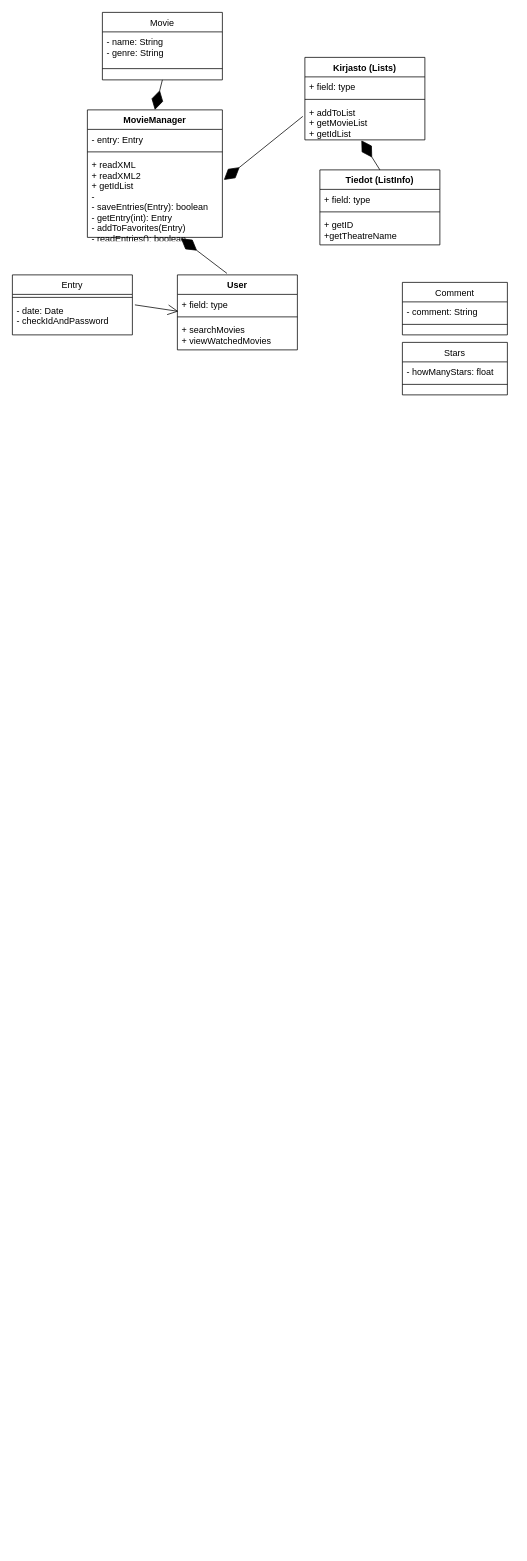
The draw.io diagram Untitled Diagram.drawio in DeveloperLauri/UML-charts-draw.io, before the edit. Source tidied: cells renumbered, new cells numbered last; positions are measured from the earlier drawing's top-left corner, leaving out a move shared by most shapes. Both pictures are drawn from the tidied source at 75%, with x=0, y=0 at pixel (12, 12).
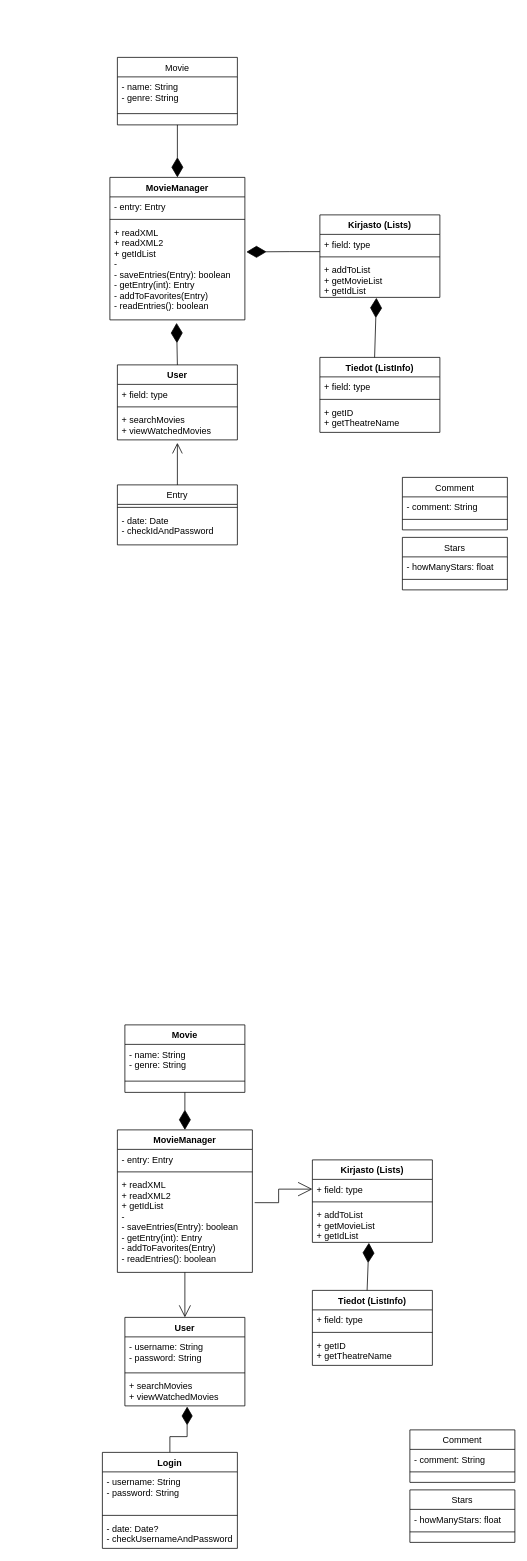
The same page after the edit.

Unchanged cells that the change refers to:
```xml
<mxCell id="4" value="- date: Date&#10;- checkIdAndPassword" style="text;align=left;verticalAlign=top;spacingLeft=4;spacingRight=4;overflow=hidden;points=[[0,0.5],[1,0.5]];portConstraint=eastwest;" parent="2" vertex="1">
  <mxGeometry y="34" width="160" height="46" as="geometry" />
</mxCell>
<mxCell id="19" value="+ field: type" style="text;strokeColor=none;fillColor=none;align=left;verticalAlign=top;spacingLeft=4;spacingRight=4;overflow=hidden;points=[[0,0.5],[1,0.5]];portConstraint=eastwest;" parent="18" vertex="1">
  <mxGeometry y="26" width="160" height="26" as="geometry" />
</mxCell>
<mxCell id="21" value="+ searchMovies&#10;+ viewWatchedMovies" style="text;strokeColor=none;fillColor=none;align=left;verticalAlign=top;spacingLeft=4;spacingRight=4;overflow=hidden;points=[[0,0.5],[1,0.5]];portConstraint=eastwest;" parent="18" vertex="1">
  <mxGeometry y="60" width="160" height="40" as="geometry" />
</mxCell>
<mxCell id="25" value="+ addToList&#10;+ getMovieList&#10;+ getIdList" style="text;strokeColor=none;fillColor=none;align=left;verticalAlign=top;spacingLeft=4;spacingRight=4;overflow=hidden;points=[[0,0.5],[1,0.5]];portConstraint=eastwest;" parent="22" vertex="1">
  <mxGeometry y="60" width="160" height="50" as="geometry" />
</mxCell>
```

Diff of the diagram source:
```diff
@@
     <mxCell id="2" value="Entry" style="swimlane;fontStyle=0;align=center;verticalAlign=top;horizontal=1;startSize=26;rounded=0;shadow=0;strokeWidth=1;" parent="1" vertex="1">
-      <mxGeometry y="350" width="160" height="80" as="geometry" />
+      <mxGeometry x="140" y="630" width="160" height="80" as="geometry" />
     </mxCell>
@@
     <mxCell id="5" value="Stars" style="swimlane;fontStyle=0;align=center;verticalAlign=top;horizontal=1;startSize=26;rounded=0;shadow=0;strokeWidth=1;" parent="1" vertex="1">
-      <mxGeometry x="520" y="440" width="140" height="70" as="geometry" />
+      <mxGeometry x="520" y="700" width="140" height="70" as="geometry" />
     </mxCell>
@@
     <mxCell id="8" value="Comment" style="swimlane;fontStyle=0;align=center;verticalAlign=top;horizontal=1;startSize=26;rounded=0;shadow=0;strokeWidth=1;" parent="1" vertex="1">
-      <mxGeometry x="520" y="360" width="140" height="70" as="geometry" />
+      <mxGeometry x="520" y="620" width="140" height="70" as="geometry" />
     </mxCell>
@@
     <mxCell id="11" value="Movie" style="swimlane;fontStyle=0;align=center;verticalAlign=top;horizontal=1;startSize=26;rounded=0;shadow=0;strokeWidth=1;" parent="1" vertex="1">
-      <mxGeometry x="120" width="160" height="90" as="geometry" />
+      <mxGeometry x="140" y="60" width="160" height="90" as="geometry" />
     </mxCell>
@@
     <mxCell id="14" value="MovieManager" style="swimlane;fontStyle=1;align=center;verticalAlign=top;horizontal=1;startSize=26;" parent="1" vertex="1">
-      <mxGeometry x="100" y="130" width="180" height="170" as="geometry" />
+      <mxGeometry x="130" y="220" width="180" height="190" as="geometry" />
     </mxCell>
@@
     <mxCell id="17" value="+ readXML&#10;+ readXML2&#10;+ getIdList&#10;-&#10;- saveEntries(Entry): boolean&#10;- getEntry(int): Entry&#10;- addToFavorites(Entry)&#10;- readEntries(): boolean" style="text;strokeColor=none;fillColor=none;align=left;verticalAlign=top;spacingLeft=4;spacingRight=4;overflow=hidden;points=[[0,0.5],[1,0.5]];portConstraint=eastwest;" parent="14" vertex="1">
-      <mxGeometry y="60" width="180" height="110" as="geometry" />
+      <mxGeometry y="60" width="180" height="130" as="geometry" />
     </mxCell>
     <mxCell id="18" value="User" style="swimlane;fontStyle=1;align=center;verticalAlign=top;horizontal=1;startSize=26;" parent="1" vertex="1">
-      <mxGeometry x="220" y="350" width="160" height="100" as="geometry" />
+      <mxGeometry x="140" y="470" width="160" height="100" as="geometry" />
     </mxCell>
@@
     <mxCell id="22" value="Kirjasto (Lists)" style="swimlane;fontStyle=1;align=center;verticalAlign=top;horizontal=1;startSize=26;" parent="1" vertex="1">
-      <mxGeometry x="390" y="60" width="160" height="110" as="geometry" />
+      <mxGeometry x="410" y="270" width="160" height="110" as="geometry" />
     </mxCell>
@@
     <mxCell id="26" value="Tiedot (ListInfo)" style="swimlane;fontStyle=1;align=center;verticalAlign=top;horizontal=1;startSize=26;" parent="1" vertex="1">
-      <mxGeometry x="410" y="210" width="160" height="100" as="geometry" />
+      <mxGeometry x="410" y="460" width="160" height="100" as="geometry" />
     </mxCell>
@@
-    <mxCell id="29" value="+ getID&#10;+getTheatreName" style="text;strokeColor=none;fillColor=none;align=left;verticalAlign=top;spacingLeft=4;spacingRight=4;overflow=hidden;" parent="26" vertex="1">
+    <mxCell id="29" value="+ getID&#10;+ getTheatreName" style="text;strokeColor=none;fillColor=none;align=left;verticalAlign=top;spacingLeft=4;spacingRight=4;overflow=hidden;" parent="26" vertex="1">
       <mxGeometry y="60" width="160" height="40" as="geometry" />
     </mxCell>
-    <mxCell id="30" style="endArrow=diamondThin;endFill=1;endSize=24;html=1;rounded=0;entryX=0.471;entryY=1.013;entryDx=0;entryDy=0;entryPerimeter=0;exitX=0.5;exitY=0;exitDx=0;exitDy=0;" parent="1" edge="1" source="26" target="25">
+    <mxCell id="30" style="endArrow=diamondThin;endFill=1;endSize=24;html=1;rounded=0;entryX=0.471;entryY=1.013;entryDx=0;entryDy=0;entryPerimeter=0;exitX=0.456;exitY=0;exitDx=0;exitDy=0;exitPerimeter=0;" parent="1" edge="1" source="26" target="25">
       <mxGeometry relative="1" as="geometry" />
     </mxCell>
-    <mxCell id="31" style="endArrow=diamondThin;endFill=1;endSize=24;html=1;rounded=0;entryX=1.011;entryY=0.303;entryDx=0;entryDy=0;entryPerimeter=0;exitX=-0.017;exitY=0.373;exitDx=0;exitDy=0;exitPerimeter=0;" parent="1" edge="1" source="25" target="17">
-      <mxGeometry relative="1" as="geometry" />
+    <mxCell id="31" style="endArrow=diamondThin;endFill=1;endSize=24;html=1;rounded=0;entryX=1.011;entryY=0.303;entryDx=0;entryDy=0;entryPerimeter=0;" parent="1" edge="1" target="17">
+      <mxGeometry relative="1" as="geometry">
+        <mxPoint x="410" y="319" as="sourcePoint" />
+        <Array as="points">
+          <mxPoint x="370" y="319" />
+        </Array>
+      </mxGeometry>
     </mxCell>
@@
-    <mxCell id="33" style="endArrow=diamondThin;endFill=1;endSize=24;html=1;rounded=0;entryX=0.693;entryY=1.012;entryDx=0;entryDy=0;entryPerimeter=0;exitX=0.413;exitY=-0.02;exitDx=0;exitDy=0;exitPerimeter=0;" parent="1" edge="1" source="18" target="17">
+    <mxCell id="33" style="endArrow=diamondThin;endFill=1;endSize=24;html=1;rounded=0;entryX=0.494;entryY=1.031;entryDx=0;entryDy=0;entryPerimeter=0;exitX=0.5;exitY=0;exitDx=0;exitDy=0;" parent="1" edge="1" source="18" target="17">
       <mxGeometry relative="1" as="geometry" />
     </mxCell>
-    <mxCell id="34" style="endArrow=open;endFill=1;endSize=12;html=1;rounded=0;exitX=1.021;exitY=0.13;exitDx=0;exitDy=0;exitPerimeter=0;entryX=0.008;entryY=0.872;entryDx=0;entryDy=0;entryPerimeter=0;" parent="1" edge="1" source="4" target="19">
+    <mxCell id="34" style="endArrow=open;endFill=1;endSize=12;html=1;rounded=0;exitX=0.5;exitY=0;exitDx=0;exitDy=0;entryX=0.5;entryY=1.1;entryDx=0;entryDy=0;entryPerimeter=0;" parent="1" edge="1" source="2" target="21">
       <mxGeometry relative="1" as="geometry" />
     </mxCell>
+    <mxCell id="35" style="edgeStyle=orthogonalEdgeStyle;rounded=0;jettySize=auto;html=1;entryX=0.519;entryY=1.025;entryDx=0;entryDy=0;entryPerimeter=0;endArrow=diamondThin;endFill=1;endSize=22;exitX=0.5;exitY=0;exitDx=0;exitDy=0;" parent="1" edge="1" source="65" target="53">
+      <mxGeometry relative="1" as="geometry" />
+    </mxCell>
+    <mxCell id="36" value="Stars" style="swimlane;fontStyle=0;align=center;verticalAlign=top;horizontal=1;startSize=26;rounded=0;shadow=0;strokeWidth=1;" parent="1" vertex="1">
+      <mxGeometry x="530" y="1970" width="140" height="70" as="geometry" />
+    </mxCell>
+    <mxCell id="37" value="- howManyStars: float" style="text;align=left;verticalAlign=top;spacingLeft=4;spacingRight=4;overflow=hidden;" parent="36" vertex="1">
+      <mxGeometry y="26" width="140" height="26" as="geometry" />
+    </mxCell>
+    <mxCell id="38" style="line;html=1;strokeWidth=1;align=left;verticalAlign=middle;spacingTop=-1;spacingLeft=3;spacingRight=3;labelPosition=right;" parent="36" vertex="1">
+      <mxGeometry y="52" width="140" height="8" as="geometry" />
+    </mxCell>
+    <mxCell id="39" value="Comment" style="swimlane;fontStyle=0;align=center;verticalAlign=top;horizontal=1;startSize=26;rounded=0;shadow=0;strokeWidth=1;" parent="1" vertex="1">
+      <mxGeometry x="530" y="1890" width="140" height="70" as="geometry" />
+    </mxCell>
+    <mxCell id="40" value="- comment: String" style="text;align=left;verticalAlign=top;spacingLeft=4;spacingRight=4;overflow=hidden;" parent="39" vertex="1">
+      <mxGeometry y="26" width="140" height="26" as="geometry" />
+    </mxCell>
+    <mxCell id="41" style="line;html=1;strokeWidth=1;align=left;verticalAlign=middle;spacingTop=-1;spacingLeft=3;spacingRight=3;labelPosition=right;" parent="39" vertex="1">
+      <mxGeometry y="52" width="140" height="8" as="geometry" />
+    </mxCell>
+    <mxCell id="42" value="Movie" style="swimlane;fontStyle=1;align=center;verticalAlign=top;horizontal=1;startSize=26;rounded=0;shadow=0;strokeWidth=1;" parent="1" vertex="1">
+      <mxGeometry x="150" y="1350" width="160" height="90" as="geometry" />
+    </mxCell>
+    <mxCell id="43" value="- name: String&#10;- genre: String" style="text;align=left;verticalAlign=top;spacingLeft=4;spacingRight=4;overflow=hidden;rounded=0;shadow=0;html=0;" parent="42" vertex="1">
+      <mxGeometry y="26" width="160" height="44" as="geometry" />
+    </mxCell>
+    <mxCell id="44" style="line;html=1;strokeWidth=1;align=left;verticalAlign=middle;spacingTop=-1;spacingLeft=3;spacingRight=3;labelPosition=right;" parent="42" vertex="1">
+      <mxGeometry y="70" width="160" height="10" as="geometry" />
+    </mxCell>
+    <mxCell id="45" style="edgeStyle=orthogonalEdgeStyle;rounded=0;jettySize=auto;html=1;entryX=0.5;entryY=0;entryDx=0;entryDy=0;endArrow=open;endFill=0;endSize=14;" parent="1" edge="1" source="46" target="50">
+      <mxGeometry relative="1" as="geometry" />
+    </mxCell>
+    <mxCell id="46" value="MovieManager" style="swimlane;fontStyle=1;align=center;verticalAlign=top;horizontal=1;startSize=26;" parent="1" vertex="1">
+      <mxGeometry x="140" y="1490" width="180" height="190" as="geometry" />
+    </mxCell>
+    <mxCell id="47" value="- entry: Entry" style="text;strokeColor=none;fillColor=none;align=left;verticalAlign=top;spacingLeft=4;spacingRight=4;overflow=hidden;" parent="46" vertex="1">
+      <mxGeometry y="26" width="180" height="26" as="geometry" />
+    </mxCell>
+    <mxCell id="48" style="line;strokeWidth=1;fillColor=none;align=left;verticalAlign=middle;spacingTop=-1;spacingLeft=3;spacingRight=3;labelPosition=right;" parent="46" vertex="1">
+      <mxGeometry y="52" width="180" height="8" as="geometry" />
+    </mxCell>
+    <mxCell id="49" value="+ readXML&#10;+ readXML2&#10;+ getIdList&#10;-&#10;- saveEntries(Entry): boolean&#10;- getEntry(int): Entry&#10;- addToFavorites(Entry)&#10;- readEntries(): boolean" style="text;strokeColor=none;fillColor=none;align=left;verticalAlign=top;spacingLeft=4;spacingRight=4;overflow=hidden;points=[[0,0.5],[1,0.5]];portConstraint=eastwest;" parent="46" vertex="1">
+      <mxGeometry y="60" width="180" height="130" as="geometry" />
+    </mxCell>
+    <mxCell id="50" value="User" style="swimlane;fontStyle=1;align=center;verticalAlign=top;horizontal=1;startSize=26;" parent="1" vertex="1">
+      <mxGeometry x="150" y="1740" width="160" height="118" as="geometry" />
+    </mxCell>
+    <mxCell id="51" value="- username: String&#10;- password: String&#10;" style="text;strokeColor=none;fillColor=none;align=left;verticalAlign=top;spacingLeft=4;spacingRight=4;overflow=hidden;" parent="50" vertex="1">
+      <mxGeometry y="26" width="160" height="44" as="geometry" />
+    </mxCell>
+    <mxCell id="52" style="line;strokeWidth=1;fillColor=none;align=left;verticalAlign=middle;spacingTop=-1;spacingLeft=3;spacingRight=3;labelPosition=right;" parent="50" vertex="1">
+      <mxGeometry y="70" width="160" height="8" as="geometry" />
+    </mxCell>
+    <mxCell id="53" value="+ searchMovies&#10;+ viewWatchedMovies" style="text;strokeColor=none;fillColor=none;align=left;verticalAlign=top;spacingLeft=4;spacingRight=4;overflow=hidden;points=[[0,0.5],[1,0.5]];portConstraint=eastwest;" parent="50" vertex="1">
+      <mxGeometry y="78" width="160" height="40" as="geometry" />
+    </mxCell>
+    <mxCell id="54" value="Kirjasto (Lists)" style="swimlane;fontStyle=1;align=center;verticalAlign=top;horizontal=1;startSize=26;" parent="1" vertex="1">
+      <mxGeometry x="400" y="1530" width="160" height="110" as="geometry" />
+    </mxCell>
+    <mxCell id="55" value="+ field: type" style="text;strokeColor=none;fillColor=none;align=left;verticalAlign=top;spacingLeft=4;spacingRight=4;overflow=hidden;points=[[0,0.5],[1,0.5]];portConstraint=eastwest;" parent="54" vertex="1">
+      <mxGeometry y="26" width="160" height="26" as="geometry" />
+    </mxCell>
+    <mxCell id="56" style="line;strokeWidth=1;fillColor=none;align=left;verticalAlign=middle;spacingTop=-1;spacingLeft=3;spacingRight=3;labelPosition=right;" parent="54" vertex="1">
+      <mxGeometry y="52" width="160" height="8" as="geometry" />
+    </mxCell>
+    <mxCell id="57" value="+ addToList&#10;+ getMovieList&#10;+ getIdList" style="text;strokeColor=none;fillColor=none;align=left;verticalAlign=top;spacingLeft=4;spacingRight=4;overflow=hidden;points=[[0,0.5],[1,0.5]];portConstraint=eastwest;" parent="54" vertex="1">
+      <mxGeometry y="60" width="160" height="50" as="geometry" />
+    </mxCell>
+    <mxCell id="58" value="Tiedot (ListInfo)" style="swimlane;fontStyle=1;align=center;verticalAlign=top;horizontal=1;startSize=26;" parent="1" vertex="1">
+      <mxGeometry x="400" y="1704" width="160" height="100" as="geometry" />
+    </mxCell>
+    <mxCell id="59" value="+ field: type" style="text;strokeColor=none;fillColor=none;align=left;verticalAlign=top;spacingLeft=4;spacingRight=4;overflow=hidden;" parent="58" vertex="1">
+      <mxGeometry y="26" width="160" height="26" as="geometry" />
+    </mxCell>
+    <mxCell id="60" style="line;strokeWidth=1;fillColor=none;align=left;verticalAlign=middle;spacingTop=-1;spacingLeft=3;spacingRight=3;labelPosition=right;" parent="58" vertex="1">
+      <mxGeometry y="52" width="160" height="8" as="geometry" />
+    </mxCell>
+    <mxCell id="61" value="+ getID&#10;+ getTheatreName" style="text;strokeColor=none;fillColor=none;align=left;verticalAlign=top;spacingLeft=4;spacingRight=4;overflow=hidden;" parent="58" vertex="1">
+      <mxGeometry y="60" width="160" height="40" as="geometry" />
+    </mxCell>
+    <mxCell id="62" style="endArrow=diamondThin;endFill=1;endSize=24;html=1;rounded=0;entryX=0.471;entryY=1.013;entryDx=0;entryDy=0;entryPerimeter=0;exitX=0.456;exitY=0;exitDx=0;exitDy=0;exitPerimeter=0;" parent="1" edge="1" source="58" target="57">
+      <mxGeometry relative="1" as="geometry" />
+    </mxCell>
+    <mxCell id="63" style="endArrow=diamondThin;endFill=1;endSize=24;html=1;rounded=0;exitX=0.5;exitY=1;exitDx=0;exitDy=0;entryX=0.5;entryY=0;entryDx=0;entryDy=0;" parent="1" edge="1" source="42" target="46">
+      <mxGeometry relative="1" as="geometry" />
+    </mxCell>
+    <mxCell id="64" style="edgeStyle=orthogonalEdgeStyle;rounded=0;jettySize=auto;html=1;exitX=0;exitY=0.5;exitDx=0;exitDy=0;entryX=1.017;entryY=0.285;entryDx=0;entryDy=0;entryPerimeter=0;endArrow=none;endFill=0;endSize=24;startArrow=open;startFill=0;targetPerimeterSpacing=3;sourcePerimeterSpacing=3;startSize=17;" parent="1" edge="1" source="55" target="49">
+      <mxGeometry relative="1" as="geometry" />
+    </mxCell>
+    <mxCell id="65" value="Login" style="swimlane;fontStyle=1;align=center;verticalAlign=top;horizontal=1;startSize=26;" parent="1" vertex="1">
+      <mxGeometry x="120" y="1920" width="180" height="128" as="geometry" />
+    </mxCell>
+    <mxCell id="66" value="- username: String&#10;- password: String&#10;" style="text;strokeColor=none;fillColor=none;align=left;verticalAlign=top;spacingLeft=4;spacingRight=4;overflow=hidden;" parent="65" vertex="1">
+      <mxGeometry y="26" width="180" height="54" as="geometry" />
+    </mxCell>
+    <mxCell id="67" style="line;strokeWidth=1;fillColor=none;align=left;verticalAlign=middle;spacingTop=-1;spacingLeft=3;spacingRight=3;labelPosition=right;" parent="65" vertex="1">
+      <mxGeometry y="80" width="180" height="8" as="geometry" />
+    </mxCell>
+    <mxCell id="68" value="- date: Date?&#10;- checkUsernameAndPassword" style="text;strokeColor=none;fillColor=none;align=left;verticalAlign=top;spacingLeft=4;spacingRight=4;overflow=hidden;" parent="65" vertex="1">
+      <mxGeometry y="88" width="180" height="40" as="geometry" />
+    </mxCell>
```
